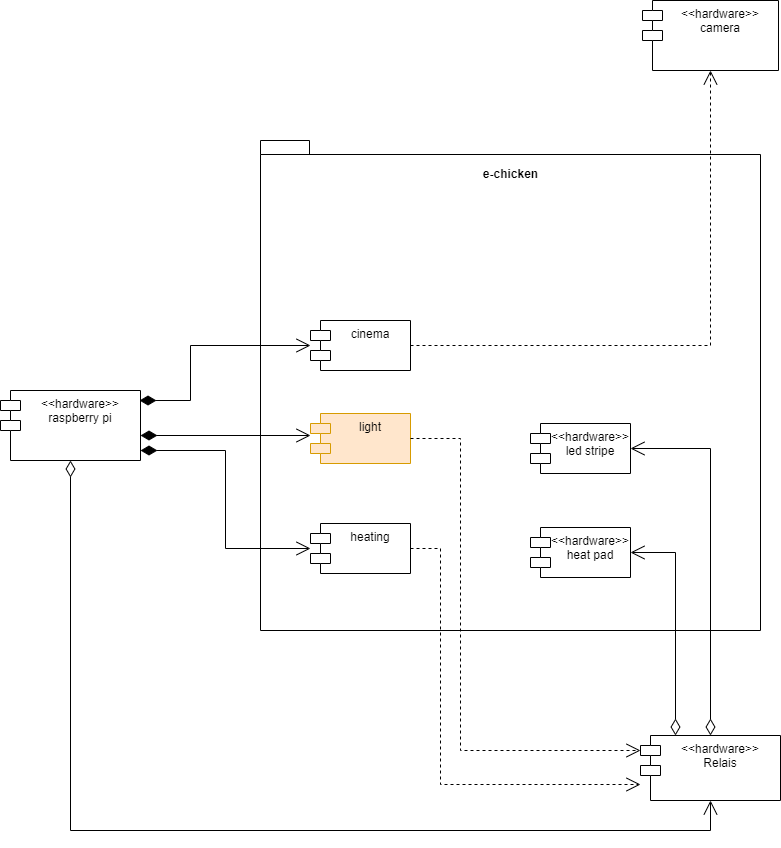
Earlier version of the draw.io export readme/e-chicken.drawio.png (ronnyfriedland/e-chicken-light). Source tidied: cells renumbered, new cells last; positions are measured from the earlier drawing's top-left corner, leaving out a move shared by most shapes.
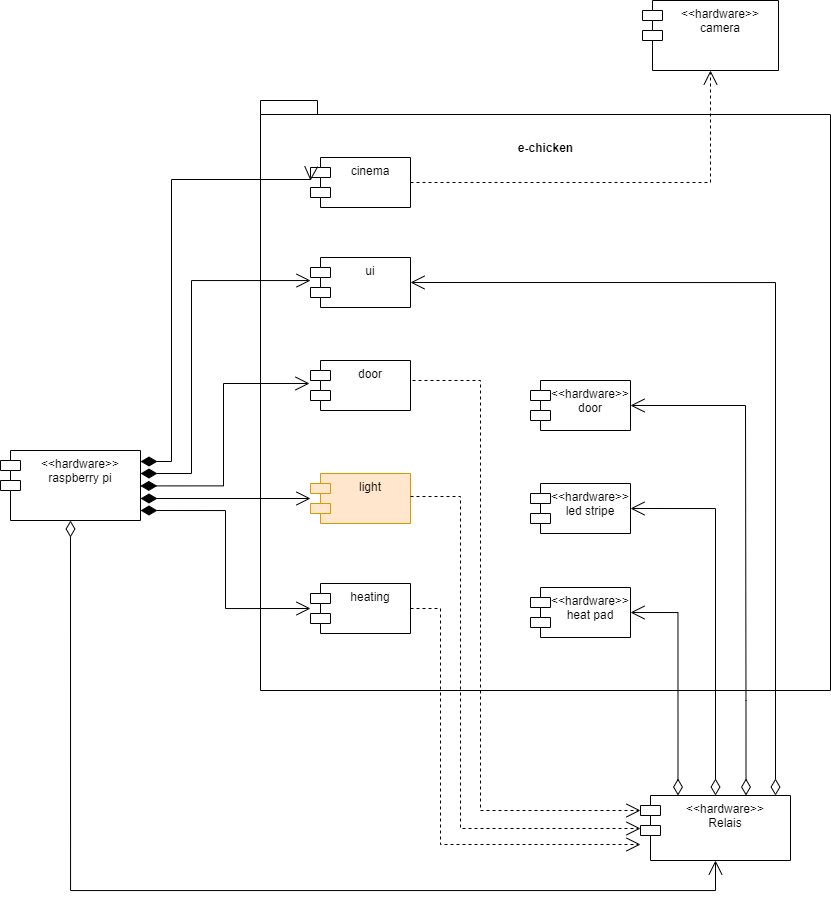
The same file after the commit.

Diff of the diagram source:
```diff
@@ -2,8 +2,8 @@
   <root>
     <mxCell id="0" />
     <mxCell id="1" parent="0" />
-    <mxCell id="2" value="e-chicken&lt;br&gt;&lt;br&gt;&lt;br&gt;&lt;br&gt;&lt;br&gt;&lt;br&gt;&lt;br&gt;&lt;br&gt;&lt;br&gt;&lt;br&gt;&lt;br&gt;&lt;br&gt;&lt;br&gt;&lt;br&gt;&lt;br&gt;&lt;br&gt;&lt;br&gt;&lt;br&gt;&lt;br&gt;&lt;br&gt;&lt;br&gt;&lt;br&gt;&lt;br&gt;&lt;br&gt;&lt;br&gt;&lt;br&gt;&lt;br&gt;&lt;br&gt;&lt;br&gt;&lt;br&gt;&lt;br&gt;" style="shape=folder;fontStyle=1;spacingTop=10;tabWidth=40;tabHeight=14;tabPosition=left;html=1;" parent="1" vertex="1">
-      <mxGeometry x="260" y="140" width="500" height="490" as="geometry" />
+    <mxCell id="2" value="e-chicken&lt;br&gt;&lt;br&gt;&lt;br&gt;&lt;br&gt;&lt;br&gt;&lt;br&gt;&lt;br&gt;&lt;br&gt;&lt;br&gt;&lt;br&gt;&lt;br&gt;&lt;br&gt;&lt;br&gt;&lt;br&gt;&lt;br&gt;&lt;br&gt;&lt;br&gt;&lt;br&gt;&lt;br&gt;&lt;br&gt;&lt;br&gt;&lt;br&gt;&lt;br&gt;&lt;br&gt;&lt;br&gt;&lt;br&gt;&lt;br&gt;&lt;br&gt;&lt;br&gt;&lt;br&gt;&lt;br&gt;&lt;br&gt;&lt;br&gt;&lt;br&gt;&lt;br&gt;&lt;br&gt;" style="shape=folder;fontStyle=1;spacingTop=10;tabWidth=40;tabHeight=14;tabPosition=left;html=1;" parent="1" vertex="1">
+      <mxGeometry x="260" y="40" width="570" height="590" as="geometry" />
     </mxCell>
     <mxCell id="3" value="heating" style="shape=module;align=left;spacingLeft=20;align=center;verticalAlign=top;" parent="1" vertex="1">
       <mxGeometry x="310" y="523" width="100" height="50" as="geometry" />
@@ -14,7 +14,7 @@
     <mxCell id="5" value="Use" style="endArrow=open;endSize=12;dashed=1;html=1;rounded=0;exitX=1;exitY=0.5;exitDx=0;exitDy=0;fontColor=none;noLabel=1;entryX=0.5;entryY=1;entryDx=0;entryDy=0;" parent="1" edge="1" source="16" target="18">
       <mxGeometry relative="1" as="geometry">
         <Array as="points">
-          <mxPoint x="710" y="345" />
+          <mxPoint x="710" y="122" />
         </Array>
       </mxGeometry>
     </mxCell>
@@ -24,16 +24,18 @@
     <mxCell id="7" value="&lt;&lt;hardware&gt;&gt;&#10;led stripe" style="shape=module;align=left;spacingLeft=20;align=center;verticalAlign=top;" parent="1" vertex="1">
       <mxGeometry x="530" y="423" width="100" height="50" as="geometry" />
     </mxCell>
-    <mxCell id="8" value="Use" style="endArrow=open;endSize=12;dashed=1;html=1;rounded=0;exitX=1;exitY=0.5;exitDx=0;exitDy=0;fontColor=none;noLabel=1;entryX=0;entryY=0;entryDx=0;entryDy=15;entryPerimeter=0;" parent="1" edge="1" source="6" target="9">
+    <mxCell id="8" value="Use" style="endArrow=open;endSize=12;dashed=1;html=1;rounded=0;exitX=1;exitY=0.5;exitDx=0;exitDy=0;fontColor=none;noLabel=1;entryX=0;entryY=0;entryDx=0;entryDy=35;entryPerimeter=0;" parent="1" edge="1">
       <mxGeometry relative="1" as="geometry">
+        <mxPoint x="410" y="436" as="sourcePoint" />
+        <mxPoint x="640" y="768" as="targetPoint" />
         <Array as="points">
-          <mxPoint x="460" y="438" />
-          <mxPoint x="460" y="750" />
+          <mxPoint x="460" y="436" />
+          <mxPoint x="460" y="768" />
         </Array>
       </mxGeometry>
     </mxCell>
     <mxCell id="9" value="&lt;&lt;hardware&gt;&gt;&#10;Relais" style="shape=module;align=left;spacingLeft=20;align=center;verticalAlign=top;" parent="1" vertex="1">
-      <mxGeometry x="640" y="735" width="140" height="65" as="geometry" />
+      <mxGeometry x="640" y="735" width="150" height="65" as="geometry" />
     </mxCell>
     <mxCell id="10" value="&lt;&lt;hardware&gt;&gt;&#10;raspberry pi" style="shape=module;align=left;spacingLeft=20;align=center;verticalAlign=top;" parent="1" vertex="1">
       <mxGeometry y="390" width="140" height="70" as="geometry" />
@@ -42,7 +44,7 @@
       <mxGeometry x="-1" y="3" relative="1" as="geometry">
         <Array as="points">
           <mxPoint x="70" y="830" />
-          <mxPoint x="710" y="830" />
+          <mxPoint x="715" y="830" />
         </Array>
       </mxGeometry>
     </mxCell>
@@ -57,13 +59,14 @@
         <mxPoint x="140" y="450" as="sourcePoint" />
       </mxGeometry>
     </mxCell>
-    <mxCell id="15" value="1" style="endArrow=open;html=1;endSize=12;startArrow=diamondThin;startSize=14;startFill=1;edgeStyle=orthogonalEdgeStyle;align=left;verticalAlign=bottom;rounded=0;fontColor=none;noLabel=1;entryX=0;entryY=0.44;entryDx=0;entryDy=0;entryPerimeter=0;" parent="1" edge="1" target="6">
+    <mxCell id="15" value="1" style="endArrow=open;html=1;endSize=12;startArrow=diamondThin;startSize=14;startFill=1;edgeStyle=orthogonalEdgeStyle;align=left;verticalAlign=bottom;rounded=0;fontColor=none;noLabel=1;entryX=0;entryY=0.44;entryDx=0;entryDy=0;entryPerimeter=0;" parent="1" edge="1">
       <mxGeometry x="-1" y="3" relative="1" as="geometry">
-        <mxPoint x="140" y="435" as="sourcePoint" />
+        <mxPoint x="140" y="438" as="sourcePoint" />
+        <mxPoint x="310" y="438" as="targetPoint" />
       </mxGeometry>
     </mxCell>
     <mxCell id="16" value="cinema" style="shape=module;align=left;spacingLeft=20;align=center;verticalAlign=top;" parent="1" vertex="1">
-      <mxGeometry x="310" y="320" width="100" height="50" as="geometry" />
+      <mxGeometry x="310" y="97" width="100" height="50" as="geometry" />
     </mxCell>
     <mxCell id="17" value="Use" style="endArrow=open;endSize=12;dashed=1;html=1;rounded=0;exitX=1;exitY=0.5;exitDx=0;exitDy=0;fontColor=none;noLabel=1;" parent="1" edge="1" source="3">
       <mxGeometry relative="1" as="geometry">
@@ -75,16 +78,74 @@
       </mxGeometry>
     </mxCell>
     <mxCell id="18" value="&lt;&lt;hardware&gt;&gt;&#10;camera" style="shape=module;align=left;spacingLeft=20;align=center;verticalAlign=top;" parent="1" vertex="1">
-      <mxGeometry x="642" width="136" height="70" as="geometry" />
+      <mxGeometry x="642" y="-60" width="136" height="70" as="geometry" />
     </mxCell>
-    <mxCell id="19" value="1" style="endArrow=open;html=1;endSize=12;startArrow=diamondThin;startSize=14;startFill=1;edgeStyle=orthogonalEdgeStyle;align=left;verticalAlign=bottom;rounded=0;fontColor=none;exitX=0.993;exitY=0.143;exitDx=0;exitDy=0;noLabel=1;labelBackgroundColor=none;exitPerimeter=0;" parent="1" edge="1" source="10">
+    <mxCell id="19" value="1" style="endArrow=open;html=1;endSize=12;startArrow=diamondThin;startSize=14;startFill=1;edgeStyle=orthogonalEdgeStyle;align=left;verticalAlign=bottom;rounded=0;fontColor=none;exitX=0.993;exitY=0.143;exitDx=0;exitDy=0;noLabel=1;labelBackgroundColor=none;exitPerimeter=0;" parent="1" edge="1">
       <mxGeometry x="-1" y="3" relative="1" as="geometry">
-        <mxPoint x="310" y="345" as="targetPoint" />
+        <mxPoint x="140" y="401" as="sourcePoint" />
+        <mxPoint x="310" y="120" as="targetPoint" />
         <Array as="points">
-          <mxPoint x="190" y="400" />
-          <mxPoint x="190" y="345" />
+          <mxPoint x="171" y="401" />
+          <mxPoint x="171" y="119" />
         </Array>
       </mxGeometry>
     </mxCell>
+    <mxCell id="20" value="door" style="shape=module;align=left;spacingLeft=20;align=center;verticalAlign=top;" parent="1" vertex="1">
+      <mxGeometry x="310" y="300" width="100" height="50" as="geometry" />
+    </mxCell>
+    <mxCell id="21" value="1" style="endArrow=open;html=1;endSize=12;startArrow=diamondThin;startSize=14;startFill=1;edgeStyle=orthogonalEdgeStyle;align=left;verticalAlign=bottom;rounded=0;fontColor=none;noLabel=1;entryX=0.01;entryY=0.54;entryDx=0;entryDy=0;entryPerimeter=0;exitX=1.013;exitY=0.563;exitDx=0;exitDy=0;exitPerimeter=0;" parent="1" edge="1">
+      <mxGeometry x="-1" y="3" relative="1" as="geometry">
+        <mxPoint x="139.8" y="425.4" as="sourcePoint" />
+        <mxPoint x="309" y="323" as="targetPoint" />
+        <Array as="points">
+          <mxPoint x="223" y="425" />
+          <mxPoint x="223" y="323" />
+        </Array>
+      </mxGeometry>
+    </mxCell>
+    <mxCell id="22" value="&lt;&lt;hardware&gt;&gt;&#10;door" style="shape=module;align=left;spacingLeft=20;align=center;verticalAlign=top;" parent="1" vertex="1">
+      <mxGeometry x="530" y="320" width="100" height="50" as="geometry" />
+    </mxCell>
+    <mxCell id="23" value="1" style="endArrow=open;html=1;endSize=12;startArrow=diamondThin;startSize=14;startFill=0;edgeStyle=orthogonalEdgeStyle;align=left;verticalAlign=bottom;rounded=0;fontColor=none;entryX=1;entryY=0.5;entryDx=0;entryDy=0;noLabel=1;exitX=0.75;exitY=0;exitDx=0;exitDy=0;" parent="1" edge="1" target="22">
+      <mxGeometry x="-1" y="3" relative="1" as="geometry">
+        <mxPoint x="745.5" y="735" as="sourcePoint" />
+        <Array as="points">
+          <mxPoint x="745" y="640" />
+          <mxPoint x="745" y="640" />
+          <mxPoint x="745" y="345" />
+        </Array>
+      </mxGeometry>
+    </mxCell>
+    <mxCell id="24" value="Use" style="endArrow=open;endSize=12;dashed=1;html=1;rounded=0;exitX=1;exitY=0.5;exitDx=0;exitDy=0;fontColor=none;noLabel=1;entryX=0;entryY=0;entryDx=0;entryDy=15;entryPerimeter=0;" parent="1" edge="1" target="9">
+      <mxGeometry relative="1" as="geometry">
+        <mxPoint x="412" y="320" as="sourcePoint" />
+        <Array as="points">
+          <mxPoint x="480" y="320" />
+          <mxPoint x="480" y="750" />
+        </Array>
+      </mxGeometry>
+    </mxCell>
+    <mxCell id="25" value="ui" style="shape=module;align=left;spacingLeft=20;align=center;verticalAlign=top;" parent="1" vertex="1">
+      <mxGeometry x="310" y="197" width="100" height="50" as="geometry" />
+    </mxCell>
+    <mxCell id="26" value="1" style="endArrow=open;html=1;endSize=12;startArrow=diamondThin;startSize=14;startFill=0;edgeStyle=orthogonalEdgeStyle;align=left;verticalAlign=bottom;rounded=0;fontColor=none;noLabel=1;exitX=0.75;exitY=0;exitDx=0;exitDy=0;entryX=1;entryY=0.5;entryDx=0;entryDy=0;" parent="1" edge="1" target="25">
+      <mxGeometry x="-1" y="3" relative="1" as="geometry">
+        <mxPoint x="775" y="735" as="sourcePoint" />
+        <Array as="points">
+          <mxPoint x="775" y="222" />
+        </Array>
+      </mxGeometry>
+    </mxCell>
+    <mxCell id="27" value="1" style="endArrow=open;html=1;endSize=12;startArrow=diamondThin;startSize=14;startFill=1;edgeStyle=orthogonalEdgeStyle;align=left;verticalAlign=bottom;rounded=0;fontColor=none;exitX=0.993;exitY=0.143;exitDx=0;exitDy=0;noLabel=1;labelBackgroundColor=none;exitPerimeter=0;" parent="1" edge="1">
+      <mxGeometry x="-1" y="3" relative="1" as="geometry">
+        <mxPoint x="140" y="413" as="sourcePoint" />
+        <mxPoint x="310" y="220" as="targetPoint" />
+        <Array as="points">
+          <mxPoint x="191" y="413" />
+          <mxPoint x="191" y="220" />
+          <mxPoint x="310" y="220" />
+        </Array>
+      </mxGeometry>
+    </mxCell>
   </root>
 </mxGraphModel>
```
